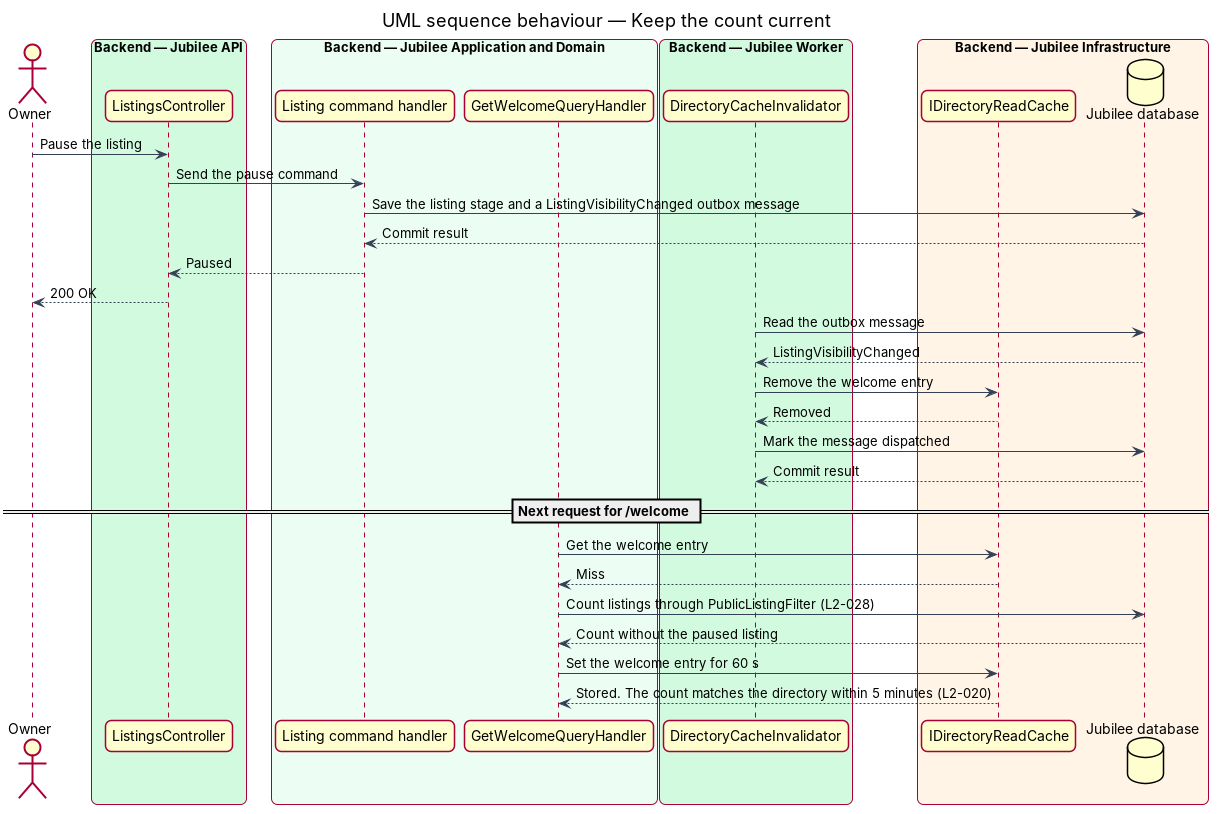
Above: docs/detailed-designs/directory/view-welcome-page/diagrams/sequence-keep-count-current.png in QuinntyneBrown/jubilee (PlantUML), before the change. Its source is kept beside it as docs/detailed-designs/directory/view-welcome-page/diagrams/sequence-keep-count-current.puml.
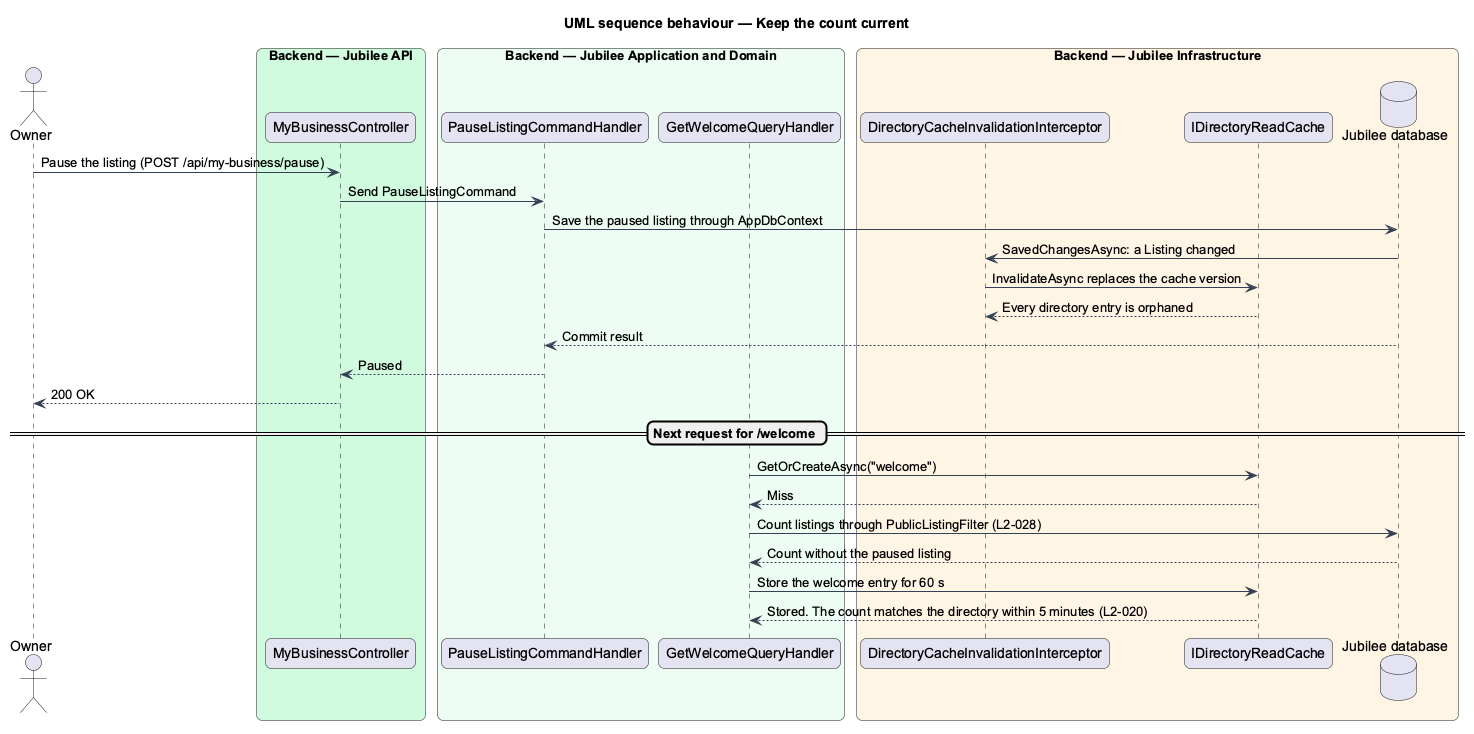
Later version of the same file.

What changed in the source:
```diff
@@ -18,36 +18,31 @@
 
 actor "Owner" as actor
 box "Backend — Jubilee API" #D1FADF
-  participant "ListingsController" as controller
+  participant "MyBusinessController" as controller
 end box
 box "Backend — Jubilee Application and Domain" #ECFDF3
-  participant "Listing command handler" as handler
+  participant "PauseListingCommandHandler" as handler
   participant "GetWelcomeQueryHandler" as welcome
 end box
-box "Backend — Jubilee Worker" #D1FADF
-  participant "DirectoryCacheInvalidator" as invalidator
-end box
 box "Backend — Jubilee Infrastructure" #FFF4E5
+  participant "DirectoryCacheInvalidationInterceptor" as invalidator
   participant "IDirectoryReadCache" as cache
   database "Jubilee database" as db
 end box
-actor -> controller : Pause the listing
-controller -> handler : Send the pause command
-handler -> db : Save the listing stage and a ListingVisibilityChanged outbox message
+actor -> controller : Pause the listing (POST /api/my-business/pause)
+controller -> handler : Send PauseListingCommand
+handler -> db : Save the paused listing through AppDbContext
+db -> invalidator : SavedChangesAsync: a Listing changed
+invalidator -> cache : InvalidateAsync replaces the cache version
+cache --> invalidator : Every directory entry is orphaned
 db --> handler : Commit result
 handler --> controller : Paused
 controller --> actor : 200 OK
-invalidator -> db : Read the outbox message
-db --> invalidator : ListingVisibilityChanged
-invalidator -> cache : Remove the welcome entry
-cache --> invalidator : Removed
-invalidator -> db : Mark the message dispatched
-db --> invalidator : Commit result
 == Next request for /welcome ==
-welcome -> cache : Get the welcome entry
+welcome -> cache : GetOrCreateAsync("welcome")
 cache --> welcome : Miss
 welcome -> db : Count listings through PublicListingFilter (L2-028)
 db --> welcome : Count without the paused listing
-welcome -> cache : Set the welcome entry for 60 s
+welcome -> cache : Store the welcome entry for 60 s
 cache --> welcome : Stored. The count matches the directory within 5 minutes (L2-020)
 @enduml
```
